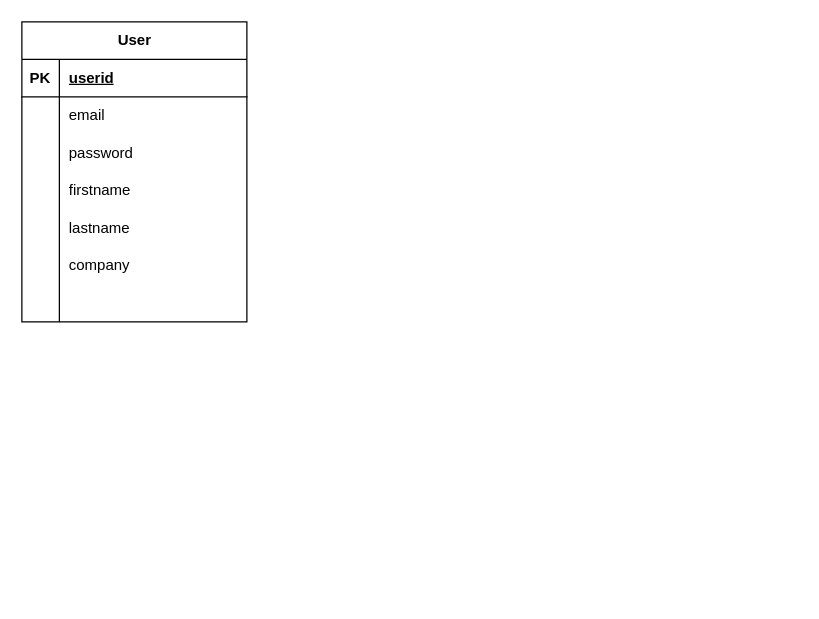
Before: Ensra Database Design.drawio in Melat369/Diagram, a draw.io diagram. Source tidied: cells renumbered, new cells numbered last; positions are measured from the earlier drawing's top-left corner, leaving out a move shared by most shapes. Both pictures are drawn from the tidied source at 125%, with x=0, y=0 at pixel (21, 21).
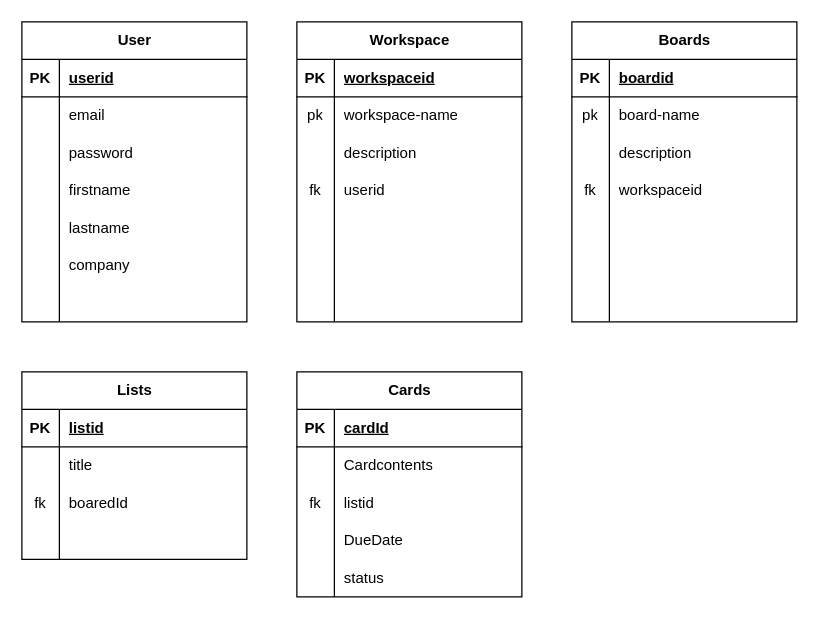
Above is the later version.

Commit message:
Update Ensra Database: add workspace, list, boards, cards, lists database design

Diff of the diagram source:
```diff
@@
+    <mxCell id="24" value="Workspace" style="shape=table;startSize=30;childLayout=tableLayout;rowLines=0;fontStyle=1;align=center;html=1;" parent="1" vertex="1">
+      <mxGeometry x="220" width="180" height="240" as="geometry" />
+    </mxCell>
+    <mxCell id="25" style="shape=tableRow;horizontal=0;startSize=0;swimlaneHead=0;swimlaneBody=0;fillColor=none;top=0;left=0;right=0;bottom=1;" parent="24" vertex="1">
+      <mxGeometry y="30" width="180" height="30" as="geometry" />
+    </mxCell>
+    <mxCell id="26" value="PK" style="shape=partialRectangle;fillColor=none;top=0;left=0;bottom=0;right=0;fontStyle=1;overflow=hidden;whiteSpace=wrap;html=1;" parent="25" vertex="1">
+      <mxGeometry width="30" height="30" as="geometry" />
+    </mxCell>
+    <mxCell id="27" value="workspaceid" style="shape=partialRectangle;fillColor=none;top=0;left=0;bottom=0;right=0;align=left;spacingLeft=6;fontStyle=5;overflow=hidden;whiteSpace=wrap;html=1;" parent="25" vertex="1">
+      <mxGeometry x="30" width="150" height="30" as="geometry" />
+    </mxCell>
+    <mxCell id="28" style="shape=tableRow;horizontal=0;startSize=0;swimlaneHead=0;swimlaneBody=0;fillColor=none;top=0;left=0;right=0;bottom=0;" parent="24" vertex="1">
+      <mxGeometry y="60" width="180" height="30" as="geometry" />
+    </mxCell>
+    <mxCell id="29" value="pk" style="shape=partialRectangle;fillColor=none;top=0;left=0;bottom=0;right=0;overflow=hidden;whiteSpace=wrap;html=1;" parent="28" vertex="1">
+      <mxGeometry width="30" height="30" as="geometry" />
+    </mxCell>
+    <mxCell id="30" value="workspace-name" style="shape=partialRectangle;fillColor=none;top=0;left=0;bottom=0;right=0;align=left;spacingLeft=6;overflow=hidden;whiteSpace=wrap;html=1;" parent="28" vertex="1">
+      <mxGeometry x="30" width="150" height="30" as="geometry" />
+    </mxCell>
+    <mxCell id="31" style="shape=tableRow;horizontal=0;startSize=0;swimlaneHead=0;swimlaneBody=0;fillColor=none;top=0;left=0;right=0;bottom=0;" parent="24" vertex="1">
+      <mxGeometry y="90" width="180" height="30" as="geometry" />
+    </mxCell>
+    <mxCell id="32" style="shape=partialRectangle;fillColor=none;top=0;left=0;bottom=0;right=0;overflow=hidden;whiteSpace=wrap;html=1;" parent="31" vertex="1">
+      <mxGeometry width="30" height="30" as="geometry" />
+    </mxCell>
+    <mxCell id="33" value="description" style="shape=partialRectangle;fillColor=none;top=0;left=0;bottom=0;right=0;align=left;spacingLeft=6;overflow=hidden;whiteSpace=wrap;html=1;" parent="31" vertex="1">
+      <mxGeometry x="30" width="150" height="30" as="geometry" />
+    </mxCell>
+    <mxCell id="34" style="shape=tableRow;horizontal=0;startSize=0;swimlaneHead=0;swimlaneBody=0;fillColor=none;top=0;left=0;right=0;bottom=0;" parent="24" vertex="1">
+      <mxGeometry y="120" width="180" height="30" as="geometry" />
+    </mxCell>
+    <mxCell id="35" value="fk" style="shape=partialRectangle;fillColor=none;top=0;left=0;bottom=0;right=0;overflow=hidden;whiteSpace=wrap;html=1;" parent="34" vertex="1">
+      <mxGeometry width="30" height="30" as="geometry" />
+    </mxCell>
+    <mxCell id="36" value="userid" style="shape=partialRectangle;fillColor=none;top=0;left=0;bottom=0;right=0;align=left;spacingLeft=6;overflow=hidden;whiteSpace=wrap;html=1;" parent="34" vertex="1">
+      <mxGeometry x="30" width="150" height="30" as="geometry" />
+    </mxCell>
+    <mxCell id="37" style="shape=tableRow;horizontal=0;startSize=0;swimlaneHead=0;swimlaneBody=0;fillColor=none;top=0;left=0;right=0;bottom=0;" parent="24" vertex="1">
+      <mxGeometry y="150" width="180" height="30" as="geometry" />
+    </mxCell>
+    <mxCell id="38" style="shape=partialRectangle;fillColor=none;top=0;left=0;bottom=0;right=0;overflow=hidden;whiteSpace=wrap;html=1;" parent="37" vertex="1">
+      <mxGeometry width="30" height="30" as="geometry" />
+    </mxCell>
+    <mxCell id="39" style="shape=partialRectangle;fillColor=none;top=0;left=0;bottom=0;right=0;align=left;spacingLeft=6;overflow=hidden;whiteSpace=wrap;html=1;" parent="37" vertex="1">
+      <mxGeometry x="30" width="150" height="30" as="geometry" />
+    </mxCell>
+    <mxCell id="40" style="shape=tableRow;horizontal=0;startSize=0;swimlaneHead=0;swimlaneBody=0;fillColor=none;top=0;left=0;right=0;bottom=0;" parent="24" vertex="1">
+      <mxGeometry y="180" width="180" height="30" as="geometry" />
+    </mxCell>
+    <mxCell id="41" style="shape=partialRectangle;fillColor=none;top=0;left=0;bottom=0;right=0;overflow=hidden;whiteSpace=wrap;html=1;" parent="40" vertex="1">
+      <mxGeometry width="30" height="30" as="geometry" />
+    </mxCell>
+    <mxCell id="42" style="shape=partialRectangle;fillColor=none;top=0;left=0;bottom=0;right=0;align=left;spacingLeft=6;overflow=hidden;whiteSpace=wrap;html=1;" parent="40" vertex="1">
+      <mxGeometry x="30" width="150" height="30" as="geometry" />
+    </mxCell>
+    <mxCell id="43" style="shape=tableRow;horizontal=0;startSize=0;swimlaneHead=0;swimlaneBody=0;fillColor=none;top=0;left=0;right=0;bottom=0;" parent="24" vertex="1">
+      <mxGeometry y="210" width="180" height="30" as="geometry" />
+    </mxCell>
+    <mxCell id="44" style="shape=partialRectangle;fillColor=none;top=0;left=0;bottom=0;right=0;overflow=hidden;whiteSpace=wrap;html=1;" parent="43" vertex="1">
+      <mxGeometry width="30" height="30" as="geometry" />
+    </mxCell>
+    <mxCell id="45" style="shape=partialRectangle;fillColor=none;top=0;left=0;bottom=0;right=0;align=left;spacingLeft=6;overflow=hidden;whiteSpace=wrap;html=1;" parent="43" vertex="1">
+      <mxGeometry x="30" width="150" height="30" as="geometry" />
+    </mxCell>
+    <mxCell id="46" value="Boards" style="shape=table;startSize=30;childLayout=tableLayout;rowLines=0;fontStyle=1;align=center;html=1;" parent="1" vertex="1">
+      <mxGeometry x="440" width="180" height="240" as="geometry" />
+    </mxCell>
+    <mxCell id="47" style="shape=tableRow;horizontal=0;startSize=0;swimlaneHead=0;swimlaneBody=0;fillColor=none;top=0;left=0;right=0;bottom=1;" parent="46" vertex="1">
+      <mxGeometry y="30" width="180" height="30" as="geometry" />
+    </mxCell>
+    <mxCell id="48" value="PK" style="shape=partialRectangle;fillColor=none;top=0;left=0;bottom=0;right=0;fontStyle=1;overflow=hidden;whiteSpace=wrap;html=1;" parent="47" vertex="1">
+      <mxGeometry width="30" height="30" as="geometry" />
+    </mxCell>
+    <mxCell id="49" value="boardid" style="shape=partialRectangle;fillColor=none;top=0;left=0;bottom=0;right=0;align=left;spacingLeft=6;fontStyle=5;overflow=hidden;whiteSpace=wrap;html=1;" parent="47" vertex="1">
+      <mxGeometry x="30" width="150" height="30" as="geometry" />
+    </mxCell>
+    <mxCell id="50" style="shape=tableRow;horizontal=0;startSize=0;swimlaneHead=0;swimlaneBody=0;fillColor=none;top=0;left=0;right=0;bottom=0;" parent="46" vertex="1">
+      <mxGeometry y="60" width="180" height="30" as="geometry" />
+    </mxCell>
+    <mxCell id="51" value="pk" style="shape=partialRectangle;fillColor=none;top=0;left=0;bottom=0;right=0;overflow=hidden;whiteSpace=wrap;html=1;" parent="50" vertex="1">
+      <mxGeometry width="30" height="30" as="geometry" />
+    </mxCell>
+    <mxCell id="52" value="board-name" style="shape=partialRectangle;fillColor=none;top=0;left=0;bottom=0;right=0;align=left;spacingLeft=6;overflow=hidden;whiteSpace=wrap;html=1;" parent="50" vertex="1">
+      <mxGeometry x="30" width="150" height="30" as="geometry" />
+    </mxCell>
+    <mxCell id="53" style="shape=tableRow;horizontal=0;startSize=0;swimlaneHead=0;swimlaneBody=0;fillColor=none;top=0;left=0;right=0;bottom=0;" parent="46" vertex="1">
+      <mxGeometry y="90" width="180" height="30" as="geometry" />
+    </mxCell>
+    <mxCell id="54" style="shape=partialRectangle;fillColor=none;top=0;left=0;bottom=0;right=0;overflow=hidden;whiteSpace=wrap;html=1;" parent="53" vertex="1">
+      <mxGeometry width="30" height="30" as="geometry" />
+    </mxCell>
+    <mxCell id="55" value="description" style="shape=partialRectangle;fillColor=none;top=0;left=0;bottom=0;right=0;align=left;spacingLeft=6;overflow=hidden;whiteSpace=wrap;html=1;" parent="53" vertex="1">
+      <mxGeometry x="30" width="150" height="30" as="geometry" />
+    </mxCell>
+    <mxCell id="56" style="shape=tableRow;horizontal=0;startSize=0;swimlaneHead=0;swimlaneBody=0;fillColor=none;top=0;left=0;right=0;bottom=0;" parent="46" vertex="1">
+      <mxGeometry y="120" width="180" height="30" as="geometry" />
+    </mxCell>
+    <mxCell id="57" value="fk" style="shape=partialRectangle;fillColor=none;top=0;left=0;bottom=0;right=0;overflow=hidden;whiteSpace=wrap;html=1;" parent="56" vertex="1">
+      <mxGeometry width="30" height="30" as="geometry" />
+    </mxCell>
+    <mxCell id="58" value="workspaceid" style="shape=partialRectangle;fillColor=none;top=0;left=0;bottom=0;right=0;align=left;spacingLeft=6;overflow=hidden;whiteSpace=wrap;html=1;" parent="56" vertex="1">
+      <mxGeometry x="30" width="150" height="30" as="geometry" />
+    </mxCell>
+    <mxCell id="59" style="shape=tableRow;horizontal=0;startSize=0;swimlaneHead=0;swimlaneBody=0;fillColor=none;top=0;left=0;right=0;bottom=0;" parent="46" vertex="1">
+      <mxGeometry y="150" width="180" height="30" as="geometry" />
+    </mxCell>
+    <mxCell id="60" style="shape=partialRectangle;fillColor=none;top=0;left=0;bottom=0;right=0;overflow=hidden;whiteSpace=wrap;html=1;" parent="59" vertex="1">
+      <mxGeometry width="30" height="30" as="geometry" />
+    </mxCell>
+    <mxCell id="61" style="shape=partialRectangle;fillColor=none;top=0;left=0;bottom=0;right=0;align=left;spacingLeft=6;overflow=hidden;whiteSpace=wrap;html=1;" parent="59" vertex="1">
+      <mxGeometry x="30" width="150" height="30" as="geometry" />
+    </mxCell>
+    <mxCell id="62" style="shape=tableRow;horizontal=0;startSize=0;swimlaneHead=0;swimlaneBody=0;fillColor=none;top=0;left=0;right=0;bottom=0;" parent="46" vertex="1">
+      <mxGeometry y="180" width="180" height="30" as="geometry" />
+    </mxCell>
+    <mxCell id="63" style="shape=partialRectangle;fillColor=none;top=0;left=0;bottom=0;right=0;overflow=hidden;whiteSpace=wrap;html=1;" parent="62" vertex="1">
+      <mxGeometry width="30" height="30" as="geometry" />
+    </mxCell>
+    <mxCell id="64" style="shape=partialRectangle;fillColor=none;top=0;left=0;bottom=0;right=0;align=left;spacingLeft=6;overflow=hidden;whiteSpace=wrap;html=1;" parent="62" vertex="1">
+      <mxGeometry x="30" width="150" height="30" as="geometry" />
+    </mxCell>
+    <mxCell id="65" style="shape=tableRow;horizontal=0;startSize=0;swimlaneHead=0;swimlaneBody=0;fillColor=none;top=0;left=0;right=0;bottom=0;" parent="46" vertex="1">
+      <mxGeometry y="210" width="180" height="30" as="geometry" />
+    </mxCell>
+    <mxCell id="66" style="shape=partialRectangle;fillColor=none;top=0;left=0;bottom=0;right=0;overflow=hidden;whiteSpace=wrap;html=1;" parent="65" vertex="1">
+      <mxGeometry width="30" height="30" as="geometry" />
+    </mxCell>
+    <mxCell id="67" style="shape=partialRectangle;fillColor=none;top=0;left=0;bottom=0;right=0;align=left;spacingLeft=6;overflow=hidden;whiteSpace=wrap;html=1;" parent="65" vertex="1">
+      <mxGeometry x="30" width="150" height="30" as="geometry" />
+    </mxCell>
+    <mxCell id="68" value="Lists" style="shape=table;startSize=30;childLayout=tableLayout;rowLines=0;fontStyle=1;align=center;html=1;" parent="1" vertex="1">
+      <mxGeometry y="280" width="180" height="150" as="geometry" />
+    </mxCell>
+    <mxCell id="69" style="shape=tableRow;horizontal=0;startSize=0;swimlaneHead=0;swimlaneBody=0;fillColor=none;top=0;left=0;right=0;bottom=1;" parent="68" vertex="1">
+      <mxGeometry y="30" width="180" height="30" as="geometry" />
+    </mxCell>
+    <mxCell id="70" value="PK" style="shape=partialRectangle;fillColor=none;top=0;left=0;bottom=0;right=0;fontStyle=1;overflow=hidden;whiteSpace=wrap;html=1;" parent="69" vertex="1">
+      <mxGeometry width="30" height="30" as="geometry" />
+    </mxCell>
+    <mxCell id="71" value="listid" style="shape=partialRectangle;fillColor=none;top=0;left=0;bottom=0;right=0;align=left;spacingLeft=6;fontStyle=5;overflow=hidden;whiteSpace=wrap;html=1;" parent="69" vertex="1">
+      <mxGeometry x="30" width="150" height="30" as="geometry" />
+    </mxCell>
+    <mxCell id="72" style="shape=tableRow;horizontal=0;startSize=0;swimlaneHead=0;swimlaneBody=0;fillColor=none;top=0;left=0;right=0;bottom=0;" parent="68" vertex="1">
+      <mxGeometry y="60" width="180" height="30" as="geometry" />
+    </mxCell>
+    <mxCell id="73" style="shape=partialRectangle;fillColor=none;top=0;left=0;bottom=0;right=0;overflow=hidden;whiteSpace=wrap;html=1;" parent="72" vertex="1">
+      <mxGeometry width="30" height="30" as="geometry" />
+    </mxCell>
+    <mxCell id="74" value="title" style="shape=partialRectangle;fillColor=none;top=0;left=0;bottom=0;right=0;align=left;spacingLeft=6;overflow=hidden;whiteSpace=wrap;html=1;" parent="72" vertex="1">
+      <mxGeometry x="30" width="150" height="30" as="geometry" />
+    </mxCell>
+    <mxCell id="75" style="shape=tableRow;horizontal=0;startSize=0;swimlaneHead=0;swimlaneBody=0;fillColor=none;top=0;left=0;right=0;bottom=0;" parent="68" vertex="1">
+      <mxGeometry y="90" width="180" height="30" as="geometry" />
+    </mxCell>
+    <mxCell id="76" value="fk" style="shape=partialRectangle;fillColor=none;top=0;left=0;bottom=0;right=0;overflow=hidden;whiteSpace=wrap;html=1;" parent="75" vertex="1">
+      <mxGeometry width="30" height="30" as="geometry" />
+    </mxCell>
+    <mxCell id="77" value="boaredId" style="shape=partialRectangle;fillColor=none;top=0;left=0;bottom=0;right=0;align=left;spacingLeft=6;overflow=hidden;whiteSpace=wrap;html=1;" parent="75" vertex="1">
+      <mxGeometry x="30" width="150" height="30" as="geometry" />
+    </mxCell>
+    <mxCell id="78" style="shape=tableRow;horizontal=0;startSize=0;swimlaneHead=0;swimlaneBody=0;fillColor=none;top=0;left=0;right=0;bottom=0;" parent="68" vertex="1">
+      <mxGeometry y="120" width="180" height="30" as="geometry" />
+    </mxCell>
+    <mxCell id="79" style="shape=partialRectangle;fillColor=none;top=0;left=0;bottom=0;right=0;overflow=hidden;whiteSpace=wrap;html=1;" parent="78" vertex="1">
+      <mxGeometry width="30" height="30" as="geometry" />
+    </mxCell>
+    <mxCell id="80" style="shape=partialRectangle;fillColor=none;top=0;left=0;bottom=0;right=0;align=left;spacingLeft=6;overflow=hidden;whiteSpace=wrap;html=1;" parent="78" vertex="1">
+      <mxGeometry x="30" width="150" height="30" as="geometry" />
+    </mxCell>
+    <mxCell id="81" value="Cards" style="shape=table;startSize=30;childLayout=tableLayout;rowLines=0;fontStyle=1;align=center;html=1;" parent="1" vertex="1">
+      <mxGeometry x="220" y="280" width="180" height="180" as="geometry" />
+    </mxCell>
+    <mxCell id="82" style="shape=tableRow;horizontal=0;startSize=0;swimlaneHead=0;swimlaneBody=0;fillColor=none;top=0;left=0;right=0;bottom=1;" parent="81" vertex="1">
+      <mxGeometry y="30" width="180" height="30" as="geometry" />
+    </mxCell>
+    <mxCell id="83" value="PK" style="shape=partialRectangle;fillColor=none;top=0;left=0;bottom=0;right=0;fontStyle=1;overflow=hidden;whiteSpace=wrap;html=1;" parent="82" vertex="1">
+      <mxGeometry width="30" height="30" as="geometry" />
+    </mxCell>
+    <mxCell id="84" value="cardId" style="shape=partialRectangle;fillColor=none;top=0;left=0;bottom=0;right=0;align=left;spacingLeft=6;fontStyle=5;overflow=hidden;whiteSpace=wrap;html=1;" parent="82" vertex="1">
+      <mxGeometry x="30" width="150" height="30" as="geometry" />
+    </mxCell>
+    <mxCell id="85" style="shape=tableRow;horizontal=0;startSize=0;swimlaneHead=0;swimlaneBody=0;fillColor=none;top=0;left=0;right=0;bottom=0;" parent="81" vertex="1">
+      <mxGeometry y="60" width="180" height="30" as="geometry" />
+    </mxCell>
+    <mxCell id="86" style="shape=partialRectangle;fillColor=none;top=0;left=0;bottom=0;right=0;overflow=hidden;whiteSpace=wrap;html=1;" parent="85" vertex="1">
+      <mxGeometry width="30" height="30" as="geometry" />
+    </mxCell>
+    <mxCell id="87" value="Cardcontents" style="shape=partialRectangle;fillColor=none;top=0;left=0;bottom=0;right=0;align=left;spacingLeft=6;overflow=hidden;whiteSpace=wrap;html=1;" parent="85" vertex="1">
+      <mxGeometry x="30" width="150" height="30" as="geometry" />
+    </mxCell>
+    <mxCell id="88" style="shape=tableRow;horizontal=0;startSize=0;swimlaneHead=0;swimlaneBody=0;fillColor=none;top=0;left=0;right=0;bottom=0;" parent="81" vertex="1">
+      <mxGeometry y="90" width="180" height="30" as="geometry" />
+    </mxCell>
+    <mxCell id="89" value="fk" style="shape=partialRectangle;fillColor=none;top=0;left=0;bottom=0;right=0;overflow=hidden;whiteSpace=wrap;html=1;" parent="88" vertex="1">
+      <mxGeometry width="30" height="30" as="geometry" />
+    </mxCell>
+    <mxCell id="90" value="listid" style="shape=partialRectangle;fillColor=none;top=0;left=0;bottom=0;right=0;align=left;spacingLeft=6;overflow=hidden;whiteSpace=wrap;html=1;" parent="88" vertex="1">
+      <mxGeometry x="30" width="150" height="30" as="geometry" />
+    </mxCell>
+    <mxCell id="91" style="shape=tableRow;horizontal=0;startSize=0;swimlaneHead=0;swimlaneBody=0;fillColor=none;top=0;left=0;right=0;bottom=0;" parent="81" vertex="1">
+      <mxGeometry y="120" width="180" height="30" as="geometry" />
+    </mxCell>
+    <mxCell id="92" style="shape=partialRectangle;fillColor=none;top=0;left=0;bottom=0;right=0;overflow=hidden;whiteSpace=wrap;html=1;" parent="91" vertex="1">
+      <mxGeometry width="30" height="30" as="geometry" />
+    </mxCell>
+    <mxCell id="93" value="DueDate" style="shape=partialRectangle;fillColor=none;top=0;left=0;bottom=0;right=0;align=left;spacingLeft=6;overflow=hidden;whiteSpace=wrap;html=1;" parent="91" vertex="1">
+      <mxGeometry x="30" width="150" height="30" as="geometry" />
+    </mxCell>
+    <mxCell id="94" style="shape=tableRow;horizontal=0;startSize=0;swimlaneHead=0;swimlaneBody=0;fillColor=none;top=0;left=0;right=0;bottom=0;" parent="81" vertex="1">
+      <mxGeometry y="150" width="180" height="30" as="geometry" />
+    </mxCell>
+    <mxCell id="95" style="shape=partialRectangle;fillColor=none;top=0;left=0;bottom=0;right=0;overflow=hidden;whiteSpace=wrap;html=1;" parent="94" vertex="1">
+      <mxGeometry width="30" height="30" as="geometry" />
+    </mxCell>
+    <mxCell id="96" value="status" style="shape=partialRectangle;fillColor=none;top=0;left=0;bottom=0;right=0;align=left;spacingLeft=6;overflow=hidden;whiteSpace=wrap;html=1;" parent="94" vertex="1">
+      <mxGeometry x="30" width="150" height="30" as="geometry" />
+    </mxCell>
```
